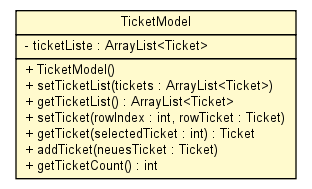
Above: doc/de/articmodding/TroubleTicket/TicketModel.png in Dr4K4n/TroubleTicketManagement (Graphviz), before the change. Its source is kept beside it as doc/de/articmodding/TroubleTicket/TicketModel.dot.
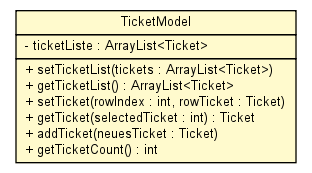
After the change.

Change to the diagram source:
```diff
@@ -12,7 +12,6 @@
 <tr><td align="left" balign="left"> - ticketListe : ArrayList&lt;Ticket&gt; </td></tr>
 		</table></td></tr>
 		<tr><td><table border="0" cellspacing="0" cellpadding="1">
-<tr><td align="left" balign="left"> + TicketModel() </td></tr>
 <tr><td align="left" balign="left"> + setTicketList(tickets : ArrayList&lt;Ticket&gt;) </td></tr>
 <tr><td align="left" balign="left"> + getTicketList() : ArrayList&lt;Ticket&gt; </td></tr>
 <tr><td align="left" balign="left"> + setTicket(rowIndex : int, rowTicket : Ticket) </td></tr>
```
